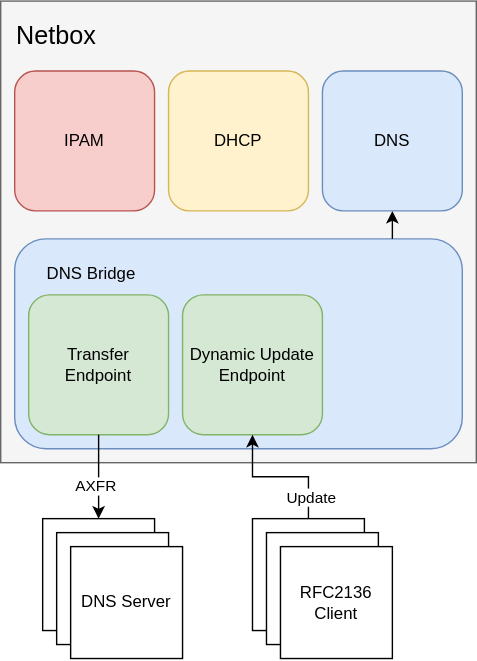
This is docs/architecture-overview.svg from Suraxius/netbox-plugin-bind-provisioner, a draw.io export, as it was before one commit. Source tidied: cells renumbered, new cells last; positions are measured from the earlier drawing's top-left corner, leaving out a move shared by most shapes.
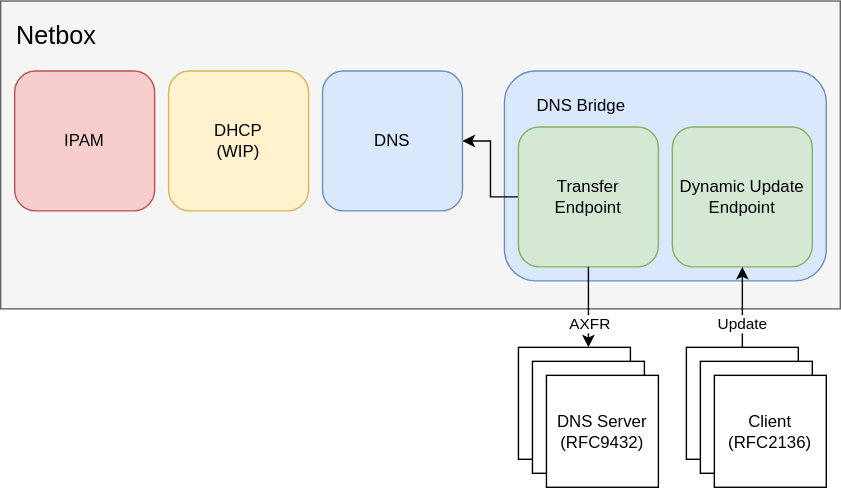
After the commit.

Diff of the diagram source:
```diff
@@ -3,71 +3,70 @@
     <mxCell id="0" />
     <mxCell id="1" parent="0" />
     <mxCell id="2" style="whiteSpace=wrap;html=1;" parent="1" vertex="1">
-      <mxGeometry x="180" y="370" width="80" height="80" as="geometry" />
+      <mxGeometry x="490" y="247.5" width="80" height="80" as="geometry" />
     </mxCell>
     <mxCell id="3" style="rounded=0;whiteSpace=wrap;html=1;fillColor=#f5f5f5;fontColor=#333333;strokeColor=#666666;" parent="1" vertex="1">
-      <mxGeometry width="340" height="330" as="geometry" />
+      <mxGeometry width="600" height="220" as="geometry" />
     </mxCell>
     <mxCell id="4" style="rounded=1;whiteSpace=wrap;html=1;fillColor=#dae8fc;strokeColor=#6c8ebf;" parent="1" vertex="1">
-      <mxGeometry x="10" y="170" width="320" height="150" as="geometry" />
+      <mxGeometry x="360" y="50" width="230" height="150" as="geometry" />
     </mxCell>
     <mxCell id="5" value="&lt;font style=&quot;font-size: 18px;&quot;&gt;Netbox&lt;/font&gt;" style="text;html=1;whiteSpace=wrap;strokeColor=none;fillColor=none;align=center;verticalAlign=middle;rounded=0;" parent="1" vertex="1">
       <mxGeometry x="10" y="10" width="60" height="30" as="geometry" />
     </mxCell>
-    <mxCell id="6" style="edgeStyle=orthogonalEdgeStyle;rounded=0;jettySize=auto;html=1;endArrow=none;endFill=0;startArrow=classic;startFill=1;" parent="1" edge="1" source="7" target="4">
-      <mxGeometry relative="1" as="geometry">
-        <Array as="points">
-          <mxPoint x="280" y="190" />
-          <mxPoint x="280" y="190" />
-        </Array>
-      </mxGeometry>
-    </mxCell>
     <mxCell id="7" value="DNS" style="whiteSpace=wrap;html=1;fillColor=#dae8fc;strokeColor=#6c8ebf;rounded=1;" parent="1" vertex="1">
       <mxGeometry x="230" y="50" width="100" height="100" as="geometry" />
     </mxCell>
     <mxCell id="8" value="IPAM" style="whiteSpace=wrap;html=1;fillColor=#f8cecc;strokeColor=#b85450;gradientColor=none;rounded=1;" parent="1" vertex="1">
       <mxGeometry x="10" y="50" width="100" height="100" as="geometry" />
     </mxCell>
-    <mxCell id="9" value="DHCP" style="whiteSpace=wrap;html=1;fillColor=#fff2cc;strokeColor=#d6b656;rounded=1;" parent="1" vertex="1">
+    <mxCell id="9" value="DHCP&lt;br&gt;(WIP)" style="whiteSpace=wrap;html=1;fillColor=#fff2cc;strokeColor=#d6b656;rounded=1;" parent="1" vertex="1">
       <mxGeometry x="120" y="50" width="100" height="100" as="geometry" />
     </mxCell>
+    <mxCell id="22" style="edgeStyle=orthogonalEdgeStyle;rounded=0;jettySize=auto;html=1;" parent="1" edge="1" source="10" target="7">
+      <mxGeometry relative="1" as="geometry" />
+    </mxCell>
     <mxCell id="10" value="Transfer&lt;br&gt;Endpoint" style="whiteSpace=wrap;html=1;fillColor=#d5e8d4;strokeColor=#82b366;rounded=1;" parent="1" vertex="1">
-      <mxGeometry x="20" y="210" width="100" height="100" as="geometry" />
+      <mxGeometry x="370" y="90" width="100" height="100" as="geometry" />
     </mxCell>
     <mxCell id="11" value="Dynamic Update&lt;br&gt;Endpoint" style="whiteSpace=wrap;html=1;fillColor=#d5e8d4;strokeColor=#82b366;rounded=1;" parent="1" vertex="1">
-      <mxGeometry x="130" y="210" width="100" height="100" as="geometry" />
+      <mxGeometry x="480" y="90" width="100" height="100" as="geometry" />
     </mxCell>
     <mxCell id="12" value="DNS Bridge" style="text;html=1;whiteSpace=wrap;strokeColor=none;fillColor=none;align=center;verticalAlign=middle;rounded=0;" parent="1" vertex="1">
-      <mxGeometry x="20" y="180" width="90" height="30" as="geometry" />
+      <mxGeometry x="370" y="60" width="90" height="30" as="geometry" />
     </mxCell>
     <mxCell id="13" style="edgeStyle=orthogonalEdgeStyle;rounded=0;jettySize=auto;html=1;endArrow=none;endFill=0;startArrow=classic;startFill=1;" parent="1" edge="1" source="15" target="10">
-      <mxGeometry relative="1" as="geometry" />
+      <mxGeometry relative="1" as="geometry">
+        <Array as="points">
+          <mxPoint x="420" y="240" />
+          <mxPoint x="420" y="240" />
+        </Array>
+      </mxGeometry>
     </mxCell>
     <mxCell id="14" value="AXFR" style="edgeLabel;html=1;align=center;verticalAlign=middle;" parent="13" vertex="1">
-      <mxGeometry x="-0.23" y="2" relative="1" as="geometry" />
+      <mxGeometry x="-0.23" y="2" relative="1" as="geometry">
+        <mxPoint x="2" y="5" as="offset" />
+      </mxGeometry>
     </mxCell>
     <mxCell id="15" style="whiteSpace=wrap;html=1;" parent="1" vertex="1">
-      <mxGeometry x="30" y="370" width="80" height="80" as="geometry" />
+      <mxGeometry x="370" y="247.5" width="80" height="80" as="geometry" />
     </mxCell>
     <mxCell id="16" style="whiteSpace=wrap;html=1;" parent="1" vertex="1">
-      <mxGeometry x="40" y="380" width="80" height="80" as="geometry" />
+      <mxGeometry x="380" y="257.5" width="80" height="80" as="geometry" />
     </mxCell>
-    <mxCell id="17" value="DNS Server" style="whiteSpace=wrap;html=1;" parent="1" vertex="1">
-      <mxGeometry x="50" y="390" width="80" height="80" as="geometry" />
+    <mxCell id="17" value="DNS Server&lt;br&gt;(RFC9432)" style="whiteSpace=wrap;html=1;" parent="1" vertex="1">
+      <mxGeometry x="390" y="267.5" width="80" height="80" as="geometry" />
     </mxCell>
-    <mxCell id="18" style="edgeStyle=orthogonalEdgeStyle;rounded=0;jettySize=auto;html=1;" parent="1" edge="1" target="11">
-      <mxGeometry relative="1" as="geometry">
-        <mxPoint x="220" y="370" as="sourcePoint" />
-      </mxGeometry>
-    </mxCell>
-    <mxCell id="19" value="Update" style="edgeLabel;html=1;align=center;verticalAlign=middle;" parent="18" vertex="1">
-      <mxGeometry x="-0.7" y="-2" relative="1" as="geometry" />
-    </mxCell>
     <mxCell id="20" style="whiteSpace=wrap;html=1;" parent="1" vertex="1">
-      <mxGeometry x="190" y="380" width="80" height="80" as="geometry" />
+      <mxGeometry x="500" y="257.5" width="80" height="80" as="geometry" />
     </mxCell>
-    <mxCell id="21" value="RFC2136 Client" style="whiteSpace=wrap;html=1;" parent="1" vertex="1">
-      <mxGeometry x="200" y="390" width="80" height="80" as="geometry" />
+    <mxCell id="21" value="Client&lt;br&gt;(RFC2136)" style="whiteSpace=wrap;html=1;" parent="1" vertex="1">
+      <mxGeometry x="510" y="267.5" width="80" height="80" as="geometry" />
     </mxCell>
+    <mxCell id="19" value="Update" style="edgeStyle=orthogonalEdgeStyle;rounded=0;jettySize=auto;html=1;" parent="1" edge="1" source="2" target="11">
+      <mxGeometry x="-0.39" relative="1" as="geometry">
+        <mxPoint y="1" as="offset" />
+      </mxGeometry>
+    </mxCell>
   </root>
 </mxGraphModel>
```
